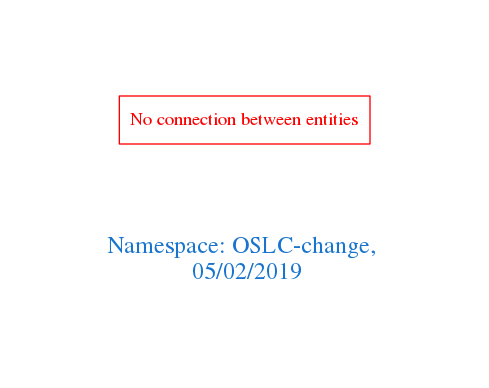
The Graphviz diagram downloads/OSLC-change.png in arago/OGIT, before a commit. Its source is kept beside it as downloads/OSLC-change.dot.
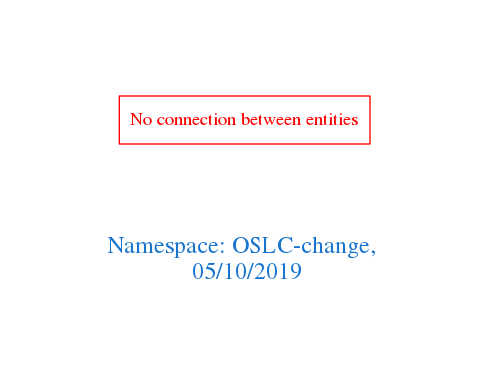
The same diagram one commit later.

What changed in the source:
```diff
@@ -1,7 +1,7 @@
 digraph OGIT_ontology {
  graph [ rankdir= LR,pad=1
 fontsize = 18,
-fontcolor= dodgerblue3,label = "\n\n\nNamespace: OSLC-change, \n 05/02/2019"];
+fontcolor= dodgerblue3,label = "\n\n\nNamespace: OSLC-change, \n 05/10/2019"];
 node[shape=polygon];
 edge [  color="gray81"];
 
```
